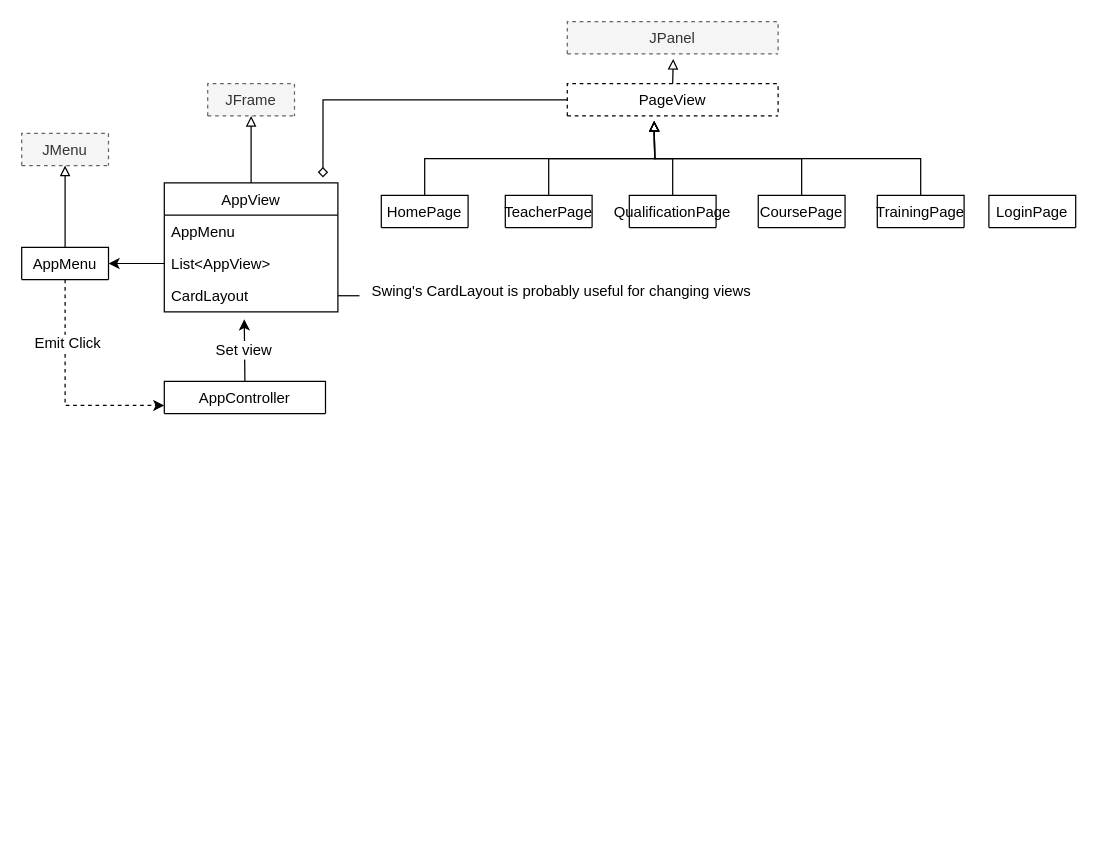
This is documentation/UserStoryUMLs.drawio from big-dill/se-group-project, a draw.io file, before an edit. Source tidied: cells renumbered, new cells numbered last; positions are measured from the earlier drawing's top-left corner, leaving out a move shared by most shapes. Both pictures are drawn from the tidied source at 124%, with x=0, y=0 at pixel (21, 21).
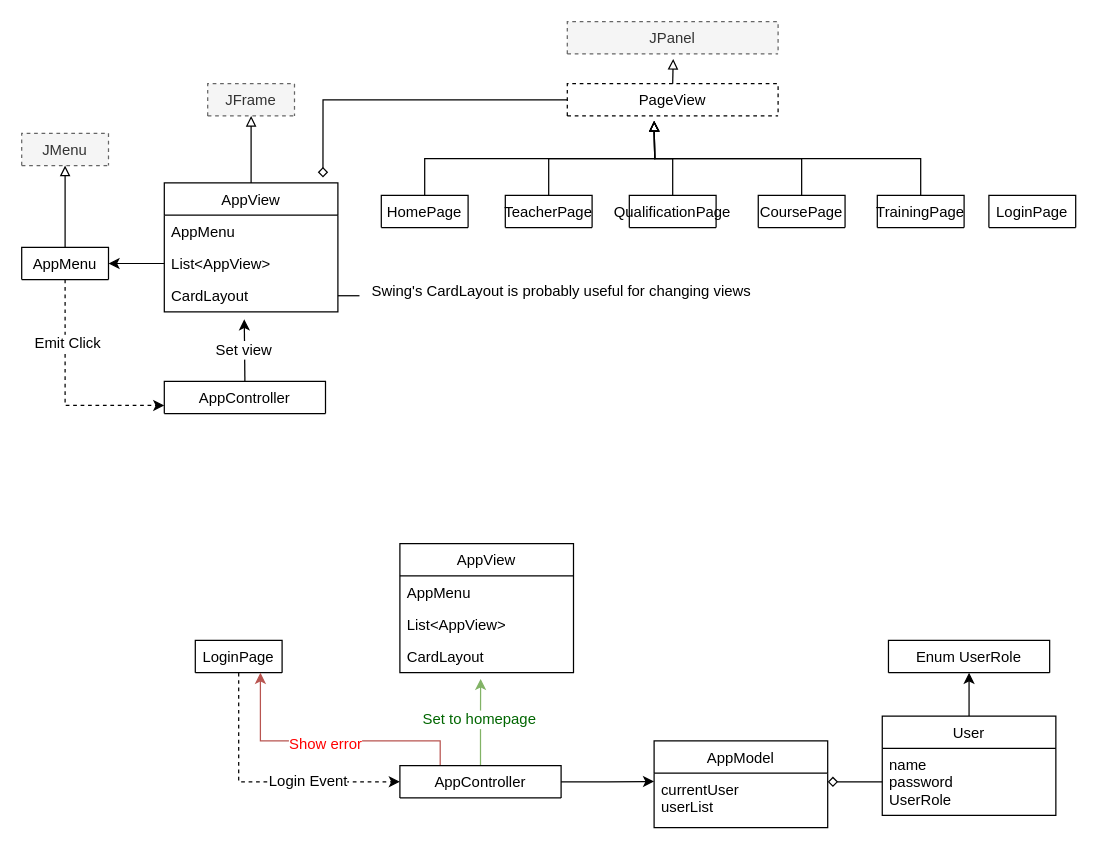
After the change.

What changed in the source:
```diff
@@
+    <mxCell id="34" value="AppView" style="swimlane;fontStyle=0;horizontal=1;startSize=26;fillColor=none;" parent="1" vertex="1">
+      <mxGeometry x="305" y="421" width="140" height="104" as="geometry" />
+    </mxCell>
+    <mxCell id="35" value="AppMenu" style="text;strokeColor=none;fillColor=none;align=left;verticalAlign=top;spacingLeft=4;spacingRight=4;overflow=hidden;" parent="34" vertex="1">
+      <mxGeometry y="26" width="140" height="26" as="geometry" />
+    </mxCell>
+    <mxCell id="36" value="List&lt;AppView&gt;" style="text;strokeColor=none;fillColor=none;align=left;verticalAlign=top;spacingLeft=4;spacingRight=4;overflow=hidden;" parent="34" vertex="1">
+      <mxGeometry y="52" width="140" height="26" as="geometry" />
+    </mxCell>
+    <mxCell id="37" value="CardLayout" style="text;strokeColor=none;fillColor=none;align=left;verticalAlign=top;spacingLeft=4;spacingRight=4;overflow=hidden;" parent="34" vertex="1">
+      <mxGeometry y="78" width="140" height="26" as="geometry" />
+    </mxCell>
+    <mxCell id="38" style="edgeStyle=orthogonalEdgeStyle;rounded=0;jettySize=auto;html=1;exitX=0.5;exitY=1;exitDx=0;exitDy=0;entryX=0;entryY=0.5;entryDx=0;entryDy=0;endArrow=classic;endFill=1;dashed=1;" parent="1" edge="1" source="40" target="46">
+      <mxGeometry relative="1" as="geometry" />
+    </mxCell>
+    <mxCell id="39" value="Login Event" style="text;html=1;align=center;verticalAlign=middle;labelBackgroundColor=#ffffff;" parent="38" vertex="1">
+      <mxGeometry x="-0.23" y="36" relative="1" as="geometry">
+        <mxPoint x="19" y="3.3" as="offset" />
+      </mxGeometry>
+    </mxCell>
+    <mxCell id="40" value="LoginPage" style="swimlane;fontStyle=0;horizontal=1;startSize=26;fillColor=none;" parent="1" vertex="1" collapsed="1">
+      <mxGeometry x="140" y="499" width="70" height="26" as="geometry" />
+    </mxCell>
+    <mxCell id="41" style="edgeStyle=orthogonalEdgeStyle;rounded=0;jettySize=auto;html=1;exitX=0.5;exitY=0;exitDx=0;exitDy=0;endArrow=classic;endFill=1;fillColor=#d5e8d4;strokeColor=#82b366;" parent="1" edge="1" source="46">
+      <mxGeometry relative="1" as="geometry">
+        <mxPoint x="370.1" y="530" as="targetPoint" />
+      </mxGeometry>
+    </mxCell>
+    <mxCell id="42" value="Set to homepage" style="text;html=1;align=center;verticalAlign=middle;labelBackgroundColor=#ffffff;fontColor=#006600;" parent="41" vertex="1">
+      <mxGeometry x="0.08" y="2" relative="1" as="geometry" />
+    </mxCell>
+    <mxCell id="43" style="edgeStyle=orthogonalEdgeStyle;rounded=0;jettySize=auto;html=1;exitX=1;exitY=0.5;exitDx=0;exitDy=0;endArrow=classic;endFill=1;" parent="1" edge="1" source="46">
+      <mxGeometry relative="1" as="geometry">
+        <mxPoint x="510" y="612.7" as="targetPoint" />
+      </mxGeometry>
+    </mxCell>
+    <mxCell id="44" style="edgeStyle=orthogonalEdgeStyle;rounded=0;jettySize=auto;html=1;exitX=0.25;exitY=0;exitDx=0;exitDy=0;entryX=0.75;entryY=1;entryDx=0;entryDy=0;endArrow=classic;endFill=1;fontColor=#006600;fillColor=#f8cecc;strokeColor=#b85450;" parent="1" edge="1" source="46" target="40">
+      <mxGeometry relative="1" as="geometry">
+        <Array as="points">
+          <mxPoint x="337" y="580" />
+          <mxPoint x="193" y="580" />
+        </Array>
+      </mxGeometry>
+    </mxCell>
+    <mxCell id="45" value="Show error" style="text;html=1;align=center;verticalAlign=middle;labelBackgroundColor=#ffffff;fontColor=#FF0000;" parent="44" vertex="1">
+      <mxGeometry x="0.03" y="2" relative="1" as="geometry" />
+    </mxCell>
+    <mxCell id="46" value="AppController" style="swimlane;fontStyle=0;horizontal=1;startSize=26;fillColor=none;" parent="1" vertex="1" collapsed="1">
+      <mxGeometry x="305" y="600" width="130" height="26" as="geometry" />
+    </mxCell>
+    <mxCell id="47" value="AppModel" style="swimlane;fontStyle=0;horizontal=1;startSize=26;fillColor=none;" parent="1" vertex="1">
+      <mxGeometry x="510" y="580" width="140" height="70" as="geometry" />
+    </mxCell>
+    <mxCell id="48" value="currentUser&#10;userList" style="text;strokeColor=none;fillColor=none;align=left;verticalAlign=top;spacingLeft=4;spacingRight=4;overflow=hidden;" parent="47" vertex="1">
+      <mxGeometry y="26" width="140" height="44" as="geometry" />
+    </mxCell>
+    <mxCell id="49" value="Enum UserRole" style="swimlane;fontStyle=0;horizontal=1;startSize=26;fillColor=none;" parent="1" vertex="1" collapsed="1">
+      <mxGeometry x="699" y="499" width="130" height="26" as="geometry" />
+    </mxCell>
+    <mxCell id="50" style="edgeStyle=orthogonalEdgeStyle;rounded=0;jettySize=auto;html=1;exitX=0.5;exitY=0;exitDx=0;exitDy=0;entryX=0.5;entryY=1;entryDx=0;entryDy=0;endArrow=classic;endFill=1;" parent="1" edge="1" source="51" target="49">
+      <mxGeometry relative="1" as="geometry" />
+    </mxCell>
+    <mxCell id="51" value="User" style="swimlane;fontStyle=0;horizontal=1;startSize=26;fillColor=none;" parent="1" vertex="1">
+      <mxGeometry x="694" y="560" width="140" height="80" as="geometry" />
+    </mxCell>
+    <mxCell id="52" value="name&#10;password&#10;UserRole" style="text;strokeColor=none;fillColor=none;align=left;verticalAlign=top;spacingLeft=4;spacingRight=4;overflow=hidden;points=[[0,0.5],[1,0.5]];portConstraint=eastwest;" parent="51" vertex="1">
+      <mxGeometry y="26" width="140" height="54" as="geometry" />
+    </mxCell>
+    <mxCell id="53" style="edgeStyle=orthogonalEdgeStyle;rounded=0;jettySize=auto;html=1;endArrow=diamond;endFill=0;" parent="1" edge="1" source="52">
+      <mxGeometry relative="1" as="geometry">
+        <mxPoint x="650" y="613" as="targetPoint" />
+      </mxGeometry>
+    </mxCell>
```
